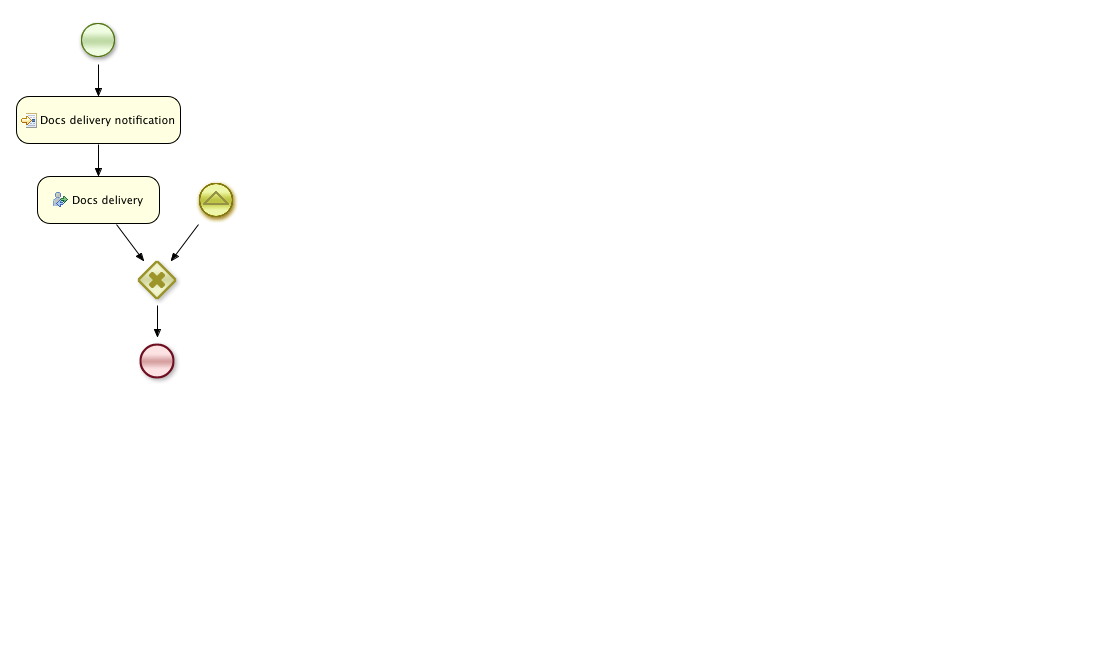
This is src/main/resources/bpm/document_request.png from janondrusek/MI-MPR-DIP-Admission, a BPMN export, as it was before one commit. Its source is kept beside it as src/main/resources/process/document_request.bpmn. Ids are renumbered.
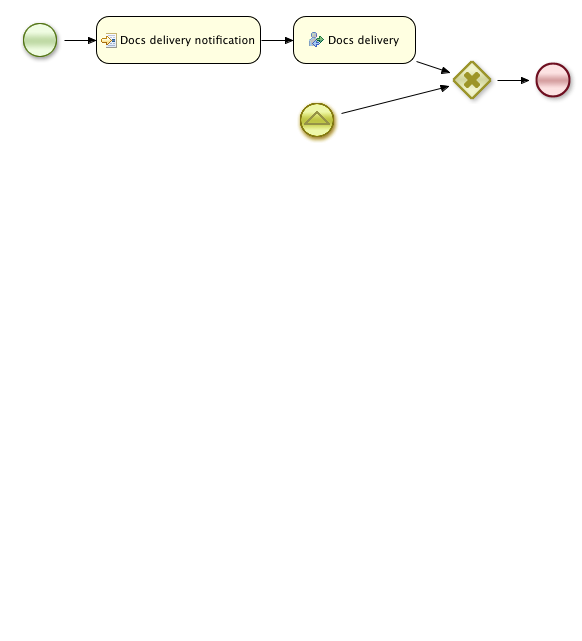
The same diagram one commit later.

Diff of the diagram source:
```diff
@@ -75,42 +75,42 @@
   <bpmndi:BPMNDiagram>
     <bpmndi:BPMNPlane bpmnElement="cz.cvut.fit.mi_mpr_dip.admission.document_request" >
       <bpmndi:BPMNShape bpmnElement="_1" >
-        <dc:Bounds x="74" y="16" width="48" height="48" />
+        <dc:Bounds x="16" y="16" width="48" height="48" />
       </bpmndi:BPMNShape>
       <bpmndi:BPMNShape bpmnElement="_2" >
-        <dc:Bounds x="133" y="337" width="48" height="48" />
+        <dc:Bounds x="529" y="56" width="48" height="48" />
       </bpmndi:BPMNShape>
       <bpmndi:BPMNShape bpmnElement="_3" >
-        <dc:Bounds x="16" y="96" width="165" height="48" />
+        <dc:Bounds x="96" y="16" width="165" height="48" />
       </bpmndi:BPMNShape>
       <bpmndi:BPMNShape bpmnElement="_4" >
-        <dc:Bounds x="37" y="176" width="123" height="48" />
+        <dc:Bounds x="293" y="16" width="123" height="48" />
       </bpmndi:BPMNShape>
       <bpmndi:BPMNShape bpmnElement="_5" >
-        <dc:Bounds x="133" y="256" width="48" height="48" />
+        <dc:Bounds x="448" y="56" width="48" height="48" />
       </bpmndi:BPMNShape>
       <bpmndi:BPMNShape bpmnElement="_6" >
-        <dc:Bounds x="192" y="176" width="48" height="48" />
+        <dc:Bounds x="330" y="96" width="48" height="48" />
       </bpmndi:BPMNShape>
       <bpmndi:BPMNEdge bpmnElement="_5-_2" >
-        <di:waypoint x="157" y="280" />
-        <di:waypoint x="157" y="361" />
+        <di:waypoint x="472" y="80" />
+        <di:waypoint x="553" y="80" />
       </bpmndi:BPMNEdge>
       <bpmndi:BPMNEdge bpmnElement="_1-_3" >
-        <di:waypoint x="98" y="40" />
-        <di:waypoint x="98" y="120" />
+        <di:waypoint x="40" y="40" />
+        <di:waypoint x="178" y="40" />
       </bpmndi:BPMNEdge>
       <bpmndi:BPMNEdge bpmnElement="_3-_4" >
-        <di:waypoint x="98" y="120" />
-        <di:waypoint x="98" y="200" />
+        <di:waypoint x="178" y="40" />
+        <di:waypoint x="354" y="40" />
       </bpmndi:BPMNEdge>
       <bpmndi:BPMNEdge bpmnElement="_4-_5" >
-        <di:waypoint x="98" y="200" />
-        <di:waypoint x="157" y="280" />
+        <di:waypoint x="354" y="40" />
+        <di:waypoint x="472" y="80" />
       </bpmndi:BPMNEdge>
       <bpmndi:BPMNEdge bpmnElement="_6-_5" >
-        <di:waypoint x="216" y="200" />
-        <di:waypoint x="157" y="280" />
+        <di:waypoint x="354" y="120" />
+        <di:waypoint x="472" y="80" />
       </bpmndi:BPMNEdge>
     </bpmndi:BPMNPlane>
   </bpmndi:BPMNDiagram>
```
